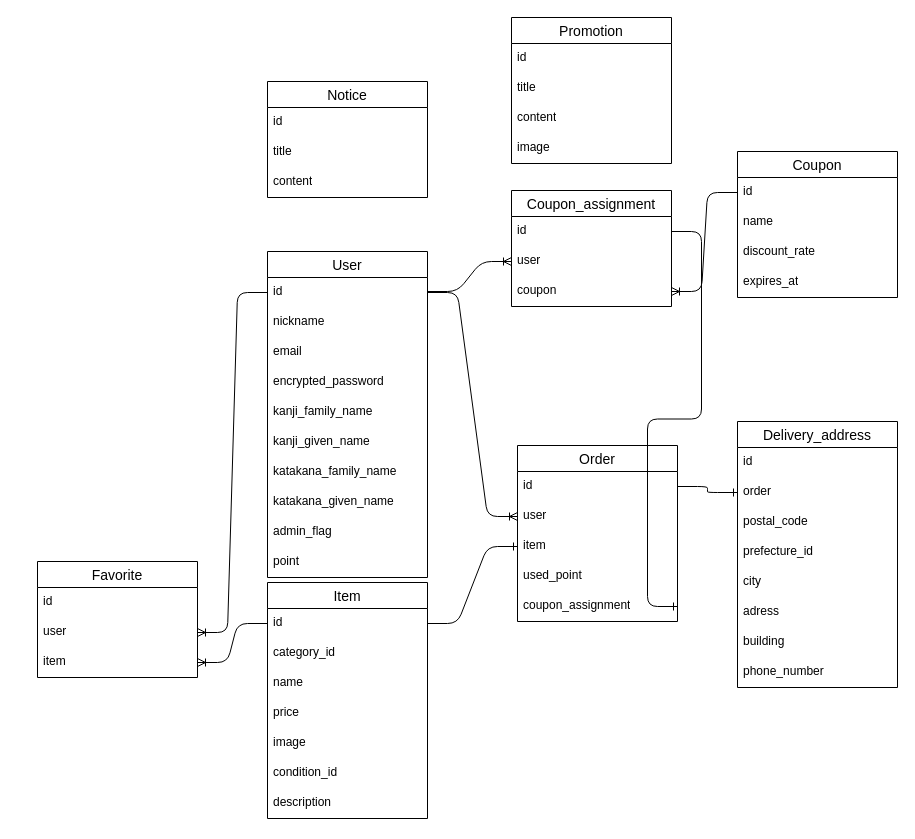
The draw.io diagram db_new.dio in imai-lbz/demoec-laiblitz-a, before the edit. Source tidied: cells renumbered, new cells numbered last; positions are measured from the earlier drawing's top-left corner, leaving out a move shared by most shapes. Both pictures are drawn from the tidied source at 100%, with x=0, y=0 at pixel (37, 17).
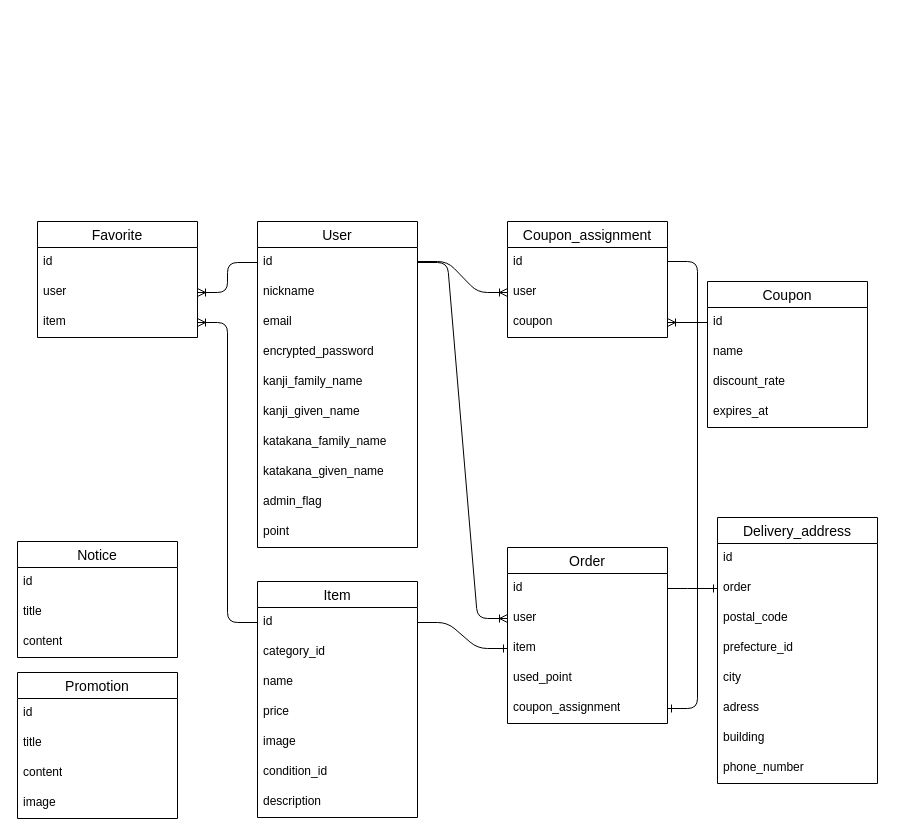
Above is the later version.

Commit message (it also covers changes not shown here):
画面遷移図を作成した

The change refers to these unchanged cells:
```xml
<mxCell id="26" value="coupon_assignment" style="text;strokeColor=none;fillColor=none;spacingLeft=4;spacingRight=4;overflow=hidden;points=[[0,0.5],[1,0.5]];portConstraint=eastwest;fontSize=12;whiteSpace=wrap;html=1;" parent="21" vertex="1">
  <mxGeometry y="146" width="160" height="30" as="geometry" />
</mxCell>
<mxCell id="49" value="id" style="text;strokeColor=none;fillColor=none;spacingLeft=4;spacingRight=4;overflow=hidden;points=[[0,0.5],[1,0.5]];portConstraint=eastwest;fontSize=12;whiteSpace=wrap;html=1;" parent="48" vertex="1">
  <mxGeometry y="26" width="160" height="30" as="geometry" />
</mxCell>
<mxCell id="50" value="user" style="text;strokeColor=none;fillColor=none;spacingLeft=4;spacingRight=4;overflow=hidden;points=[[0,0.5],[1,0.5]];portConstraint=eastwest;fontSize=12;whiteSpace=wrap;html=1;" parent="48" vertex="1">
  <mxGeometry y="56" width="160" height="30" as="geometry" />
</mxCell>
```

Diff of the diagram source:
```diff
@@
     <mxCell id="2" value="User" style="swimlane;fontStyle=0;horizontal=1;startSize=26;align=center;fontSize=14;" parent="1" vertex="1">
-      <mxGeometry x="230" y="234" width="160" height="326" as="geometry" />
+      <mxGeometry x="220" y="204" width="160" height="326" as="geometry" />
     </mxCell>
@@
     <mxCell id="13" value="Item" style="swimlane;fontStyle=0;horizontal=1;startSize=26;align=center;fontSize=14;" parent="1" vertex="1">
-      <mxGeometry x="230" y="565" width="160" height="236" as="geometry" />
+      <mxGeometry x="220" y="564" width="160" height="236" as="geometry" />
     </mxCell>
@@
     <mxCell id="21" value="Order" style="swimlane;fontStyle=0;horizontal=1;startSize=26;align=center;fontSize=14;" parent="1" vertex="1">
-      <mxGeometry x="480" y="428" width="160" height="176" as="geometry" />
+      <mxGeometry x="470" y="530" width="160" height="176" as="geometry" />
     </mxCell>
@@
     <mxCell id="28" value="Delivery_address" style="swimlane;fontStyle=0;horizontal=1;startSize=26;align=center;fontSize=14;" parent="1" vertex="1">
-      <mxGeometry x="700" y="404" width="160" height="266" as="geometry" />
+      <mxGeometry x="680" y="500" width="160" height="266" as="geometry" />
     </mxCell>
@@
     <mxCell id="37" value="Favorite" style="swimlane;fontStyle=0;horizontal=1;startSize=26;align=center;fontSize=14;" parent="1" vertex="1">
-      <mxGeometry y="544" width="160" height="116" as="geometry" />
+      <mxGeometry y="204" width="160" height="116" as="geometry" />
     </mxCell>
@@
     <mxCell id="43" value="Coupon" style="swimlane;fontStyle=0;horizontal=1;startSize=26;align=center;fontSize=14;" parent="1" vertex="1">
-      <mxGeometry x="700" y="134" width="160" height="146" as="geometry" />
+      <mxGeometry x="670" y="264" width="160" height="146" as="geometry" />
     </mxCell>
@@
     <mxCell id="48" value="Coupon_assignment" style="swimlane;fontStyle=0;horizontal=1;startSize=26;align=center;fontSize=14;" parent="1" vertex="1">
-      <mxGeometry x="474" y="173" width="160" height="116" as="geometry" />
+      <mxGeometry x="470" y="204" width="160" height="116" as="geometry" />
     </mxCell>
@@
     <mxCell id="52" style="edgeStyle=entityRelationEdgeStyle;fontSize=12;html=1;endArrow=ERoneToMany;entryX=0;entryY=0.5;entryDx=0;entryDy=0;" parent="1" edge="1" target="50">
       <mxGeometry relative="1" as="geometry">
-        <mxPoint x="390" y="274" as="sourcePoint" />
+        <mxPoint x="380" y="244" as="sourcePoint" />
       </mxGeometry>
     </mxCell>
@@
     <mxCell id="54" value="Notice" style="swimlane;fontStyle=0;horizontal=1;startSize=26;align=center;fontSize=14;" parent="1" vertex="1">
-      <mxGeometry x="230" y="64" width="160" height="116" as="geometry" />
+      <mxGeometry x="-20" y="524" width="160" height="116" as="geometry" />
     </mxCell>
@@
     <mxCell id="58" value="Promotion" style="swimlane;fontStyle=0;horizontal=1;startSize=26;align=center;fontSize=14;" parent="1" vertex="1">
-      <mxGeometry x="474" width="160" height="146" as="geometry" />
+      <mxGeometry x="-20" y="655" width="160" height="146" as="geometry" />
     </mxCell>
@@
-    <mxCell id="65" style="edgeStyle=entityRelationEdgeStyle;fontSize=12;html=1;endArrow=ERone;endFill=1;exitX=1;exitY=0.5;exitDx=0;exitDy=0;entryX=1;entryY=0.5;entryDx=0;entryDy=0;" parent="1" edge="1" source="49" target="26">
-      <mxGeometry relative="1" as="geometry" />
+    <mxCell id="65" style="edgeStyle=entityRelationEdgeStyle;fontSize=12;html=1;endArrow=ERone;endFill=1;entryX=1;entryY=0.5;entryDx=0;entryDy=0;" parent="1" edge="1" target="26">
+      <mxGeometry relative="1" as="geometry">
+        <mxPoint x="630" y="244" as="sourcePoint" />
+        <Array as="points">
+          <mxPoint x="430" y="214" />
+          <mxPoint x="660" y="444" />
+          <mxPoint x="400" y="334" />
+          <mxPoint x="430" y="233" />
+          <mxPoint x="420" y="544" />
+          <mxPoint x="410" y="484" />
+          <mxPoint x="400" y="454" />
+          <mxPoint x="420" y="440" />
+          <mxPoint x="390" y="453" />
+          <mxPoint x="420" y="443" />
+          <mxPoint x="390" y="443" />
+          <mxPoint x="550" y="453" />
+        </Array>
+      </mxGeometry>
     </mxCell>
```
